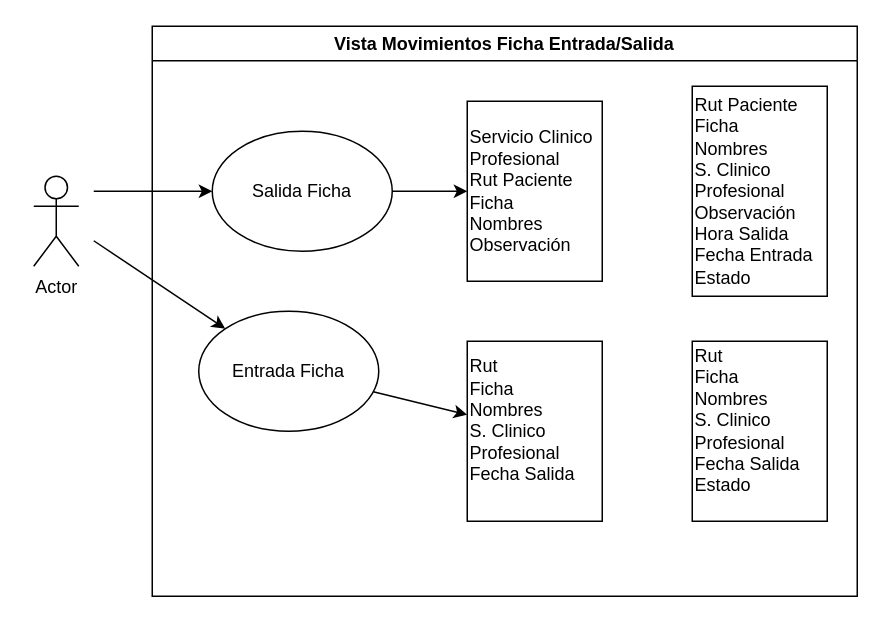
Earlier version of the draw.io diagram Diagramas/Vista Movimientos Ficha Entrada y Salida.drawio (Jarot-Fierro/Kardex). Source tidied: cells renumbered, new cells numbered last; positions are measured from the earlier drawing's top-left corner, leaving out a move shared by most shapes. Both pictures are drawn from the tidied source at 150%, with x=0, y=0 at pixel (33, 26).
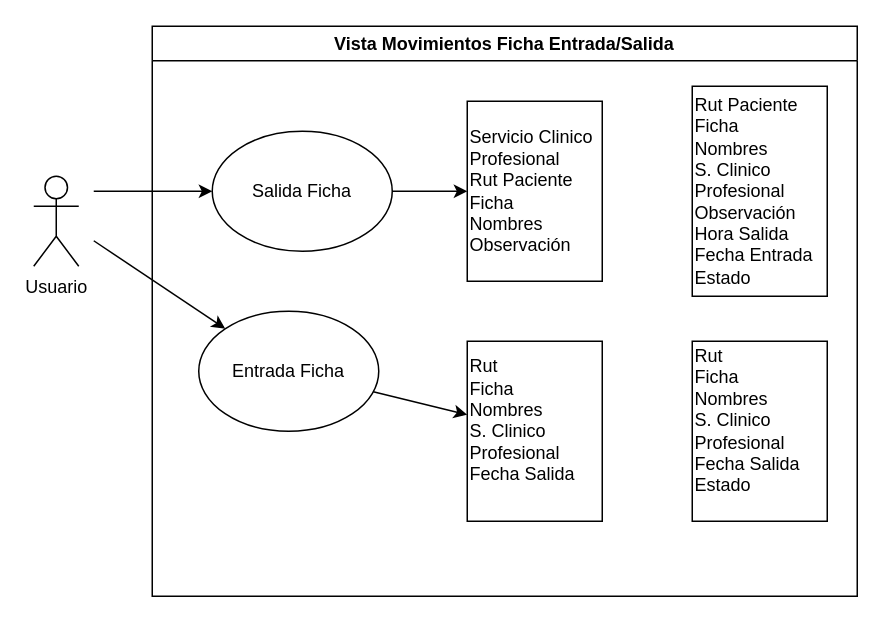
The same diagram, later.

Change to the diagram source:
```diff
@@
 <mxGraphModel>
   <root>
     <mxCell id="0" />
     <mxCell id="1" parent="0" />
-    <mxCell id="2" value="Actor" style="shape=umlActor;verticalLabelPosition=bottom;verticalAlign=top;html=1;" parent="1" vertex="1">
+    <mxCell id="2" value="Usuario" style="shape=umlActor;verticalLabelPosition=bottom;verticalAlign=top;html=1;" parent="1" vertex="1">
       <mxGeometry y="100" width="30" height="60" as="geometry" />
     </mxCell>
     <mxCell id="3" value="Vista Movimientos Ficha Entrada/Salida" style="swimlane;whiteSpace=wrap;html=1;" parent="1" vertex="1">
       <mxGeometry x="79" width="470" height="380" as="geometry" />
     </mxCell>
     <mxCell id="4" value="Salida Ficha" style="ellipse;whiteSpace=wrap;html=1;" parent="3" vertex="1">
       <mxGeometry x="40" y="70" width="120" height="80" as="geometry" />
     </mxCell>
     <mxCell id="5" value="Servicio Clinico&lt;br&gt;Profesional&lt;br&gt;Rut Paciente&lt;br&gt;Ficha&lt;br&gt;Nombres&lt;br&gt;Observación" style="rounded=0;whiteSpace=wrap;html=1;align=left;" parent="3" vertex="1">
       <mxGeometry x="210" y="50" width="90" height="120" as="geometry" />
     </mxCell>
     <mxCell id="6" value="Entrada Ficha" style="ellipse;whiteSpace=wrap;html=1;" parent="3" vertex="1">
       <mxGeometry x="31" y="190" width="120" height="80" as="geometry" />
     </mxCell>
     <mxCell id="7" value="Rut&lt;div&gt;Ficha&lt;/div&gt;&lt;div&gt;Nombres&lt;/div&gt;&lt;div&gt;S. Clinico&lt;/div&gt;&lt;div&gt;Profesional&lt;/div&gt;&lt;div&gt;Fecha Salida&lt;/div&gt;&lt;div&gt;&lt;br&gt;&lt;/div&gt;" style="rounded=0;whiteSpace=wrap;html=1;align=left;" parent="3" vertex="1">
       <mxGeometry x="210" y="210" width="90" height="120" as="geometry" />
     </mxCell>
     <mxCell id="8" value="Rut Paciente&lt;div&gt;Ficha&lt;/div&gt;&lt;div&gt;Nombres&lt;/div&gt;&lt;div&gt;S. Clinico&lt;/div&gt;&lt;div&gt;Profesional&lt;/div&gt;&lt;div&gt;Observación&lt;/div&gt;&lt;div&gt;Hora Salida&lt;/div&gt;&lt;div&gt;Fecha Entrada&lt;/div&gt;&lt;div&gt;Estado&lt;/div&gt;" style="rounded=0;whiteSpace=wrap;html=1;align=left;" parent="3" vertex="1">
       <mxGeometry x="360" y="40" width="90" height="140" as="geometry" />
     </mxCell>
     <mxCell id="9" value="Rut&lt;div&gt;Ficha&lt;/div&gt;&lt;div&gt;Nombres&lt;/div&gt;&lt;div&gt;S. Clinico&lt;/div&gt;&lt;div&gt;Profesional&lt;/div&gt;&lt;div&gt;Fecha Salida&lt;/div&gt;&lt;div&gt;Estado&lt;/div&gt;&lt;div&gt;&lt;br&gt;&lt;/div&gt;" style="rounded=0;whiteSpace=wrap;html=1;align=left;" parent="3" vertex="1">
       <mxGeometry x="360" y="210" width="90" height="120" as="geometry" />
     </mxCell>
     <mxCell id="10" style="endArrow=classic;html=1;rounded=0;" parent="3" edge="1" source="4" target="5">
       <mxGeometry relative="1" as="geometry" />
     </mxCell>
     <mxCell id="11" style="endArrow=classic;html=1;rounded=0;" parent="3" edge="1" source="6" target="7">
       <mxGeometry relative="1" as="geometry" />
     </mxCell>
     <mxCell id="12" style="endArrow=classic;html=1;rounded=0;" parent="1" edge="1" target="4">
       <mxGeometry relative="1" as="geometry">
         <mxPoint x="40" y="110" as="sourcePoint" />
       </mxGeometry>
     </mxCell>
     <mxCell id="13" style="endArrow=classic;html=1;rounded=0;" parent="1" edge="1" target="6">
       <mxGeometry relative="1" as="geometry">
         <mxPoint x="40" y="143" as="sourcePoint" />
       </mxGeometry>
     </mxCell>
   </root>
 </mxGraphModel>
```
